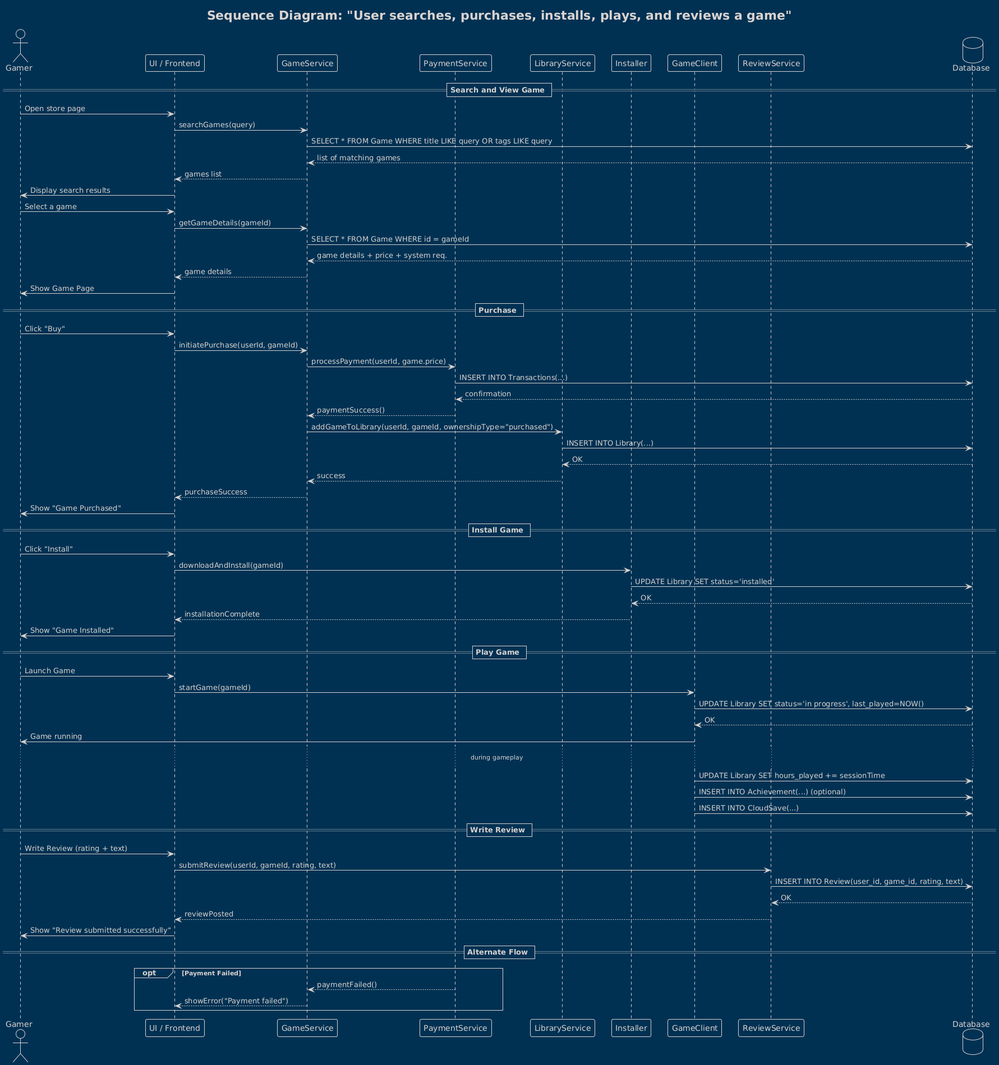
This is Lab3/PlantUML/Sequence Diagram.png from inryceu/2-course-KPI-labs, a PlantUML export, as it was before one commit.
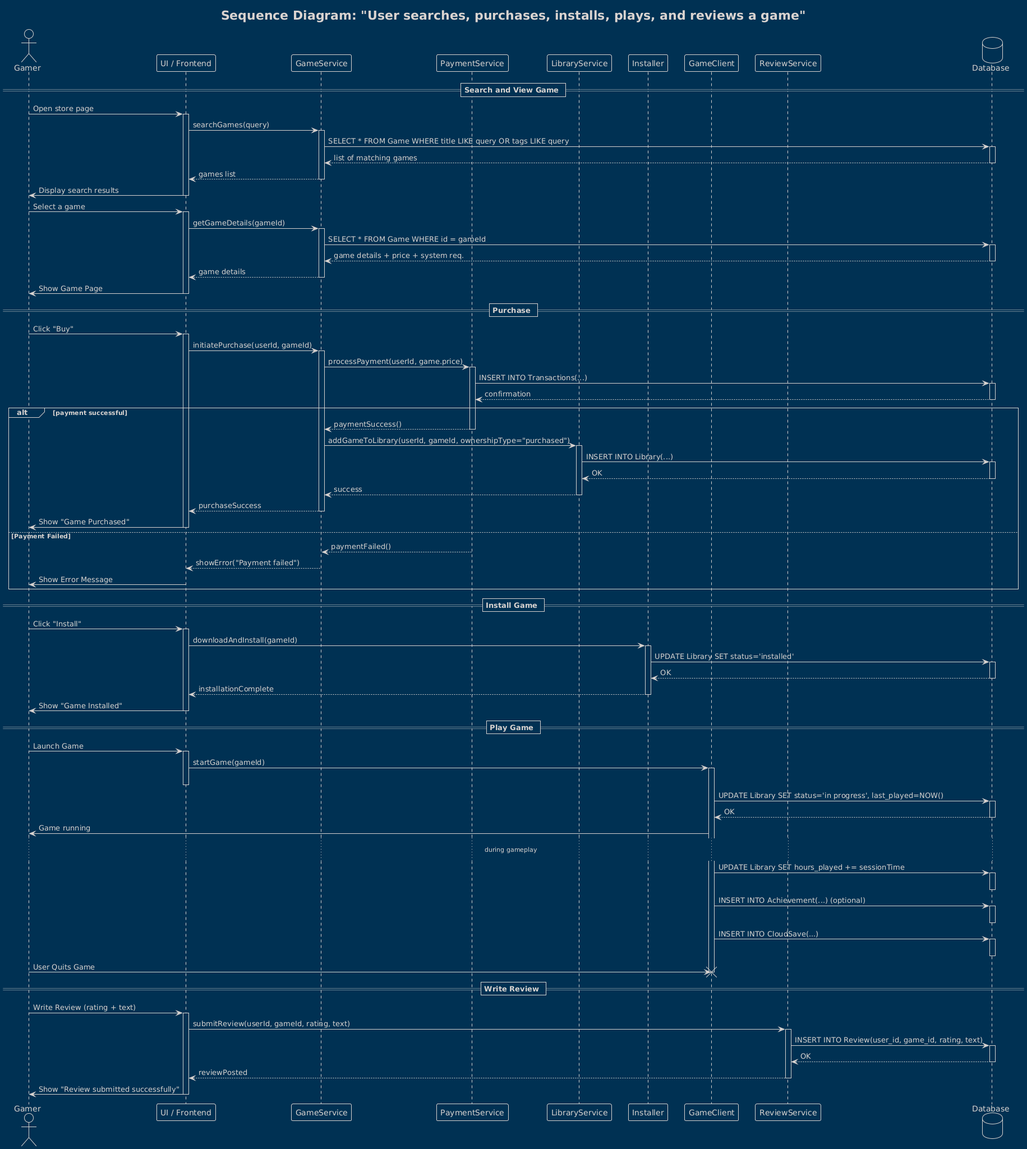
Later version of the same file.

Commit message:
updated activity bars

Diff of the diagram source:
```diff
@@ -14,63 +14,120 @@
 
 == Search and View Game ==
 User -> UI : Open store page
+activate UI
 UI -> GameService : searchGames(query)
+activate GameService
 GameService -> DB : SELECT * FROM Game WHERE title LIKE query OR tags LIKE query
+activate DB
 DB --> GameService : list of matching games
+deactivate DB
 GameService --> UI : games list
+deactivate GameService
 UI -> User : Display search results
+deactivate UI
 
 User -> UI : Select a game
+activate UI
 UI -> GameService : getGameDetails(gameId)
+activate GameService
 GameService -> DB : SELECT * FROM Game WHERE id = gameId
+activate DB
 DB --> GameService : game details + price + system req.
+deactivate DB
 GameService --> UI : game details
+deactivate GameService
 UI -> User : Show Game Page
+deactivate UI
 
 == Purchase ==
 User -> UI : Click "Buy"
+activate UI
 UI -> GameService : initiatePurchase(userId, gameId)
+activate GameService
 GameService -> PaymentService : processPayment(userId, game.price)
+activate PaymentService
 PaymentService -> DB : INSERT INTO Transactions(...)
+activate DB
 DB --> PaymentService : confirmation
-PaymentService --> GameService : paymentSuccess()
-GameService -> LibraryService : addGameToLibrary(userId, gameId, ownershipType="purchased")
-LibraryService -> DB : INSERT INTO Library(...)
-DB --> LibraryService : OK
-LibraryService --> GameService : success
-GameService --> UI : purchaseSuccess
-UI -> User : Show "Game Purchased"
+deactivate DB
+
+alt payment successful
+    PaymentService --> GameService : paymentSuccess()
+    deactivate PaymentService
+    GameService -> LibraryService : addGameToLibrary(userId, gameId, ownershipType="purchased")
+    activate LibraryService
+    LibraryService -> DB : INSERT INTO Library(...)
+    activate DB
+    DB --> LibraryService : OK
+    deactivate DB
+    LibraryService --> GameService : success
+    deactivate LibraryService
+    GameService --> UI : purchaseSuccess
+    deactivate GameService
+    UI -> User : Show "Game Purchased"
+    deactivate UI
+else Payment Failed
+    PaymentService --> GameService : paymentFailed()
+    deactivate PaymentService
+    GameService --> UI : showError("Payment failed")
+    deactivate GameService
+    UI -> User : Show Error Message
+    deactivate UI
+end
+
 
 == Install Game ==
 User -> UI : Click "Install"
+activate UI
 UI -> Installer : downloadAndInstall(gameId)
+activate Installer
 Installer -> DB : UPDATE Library SET status='installed'
+activate DB
 DB --> Installer : OK
+deactivate DB
 Installer --> UI : installationComplete
+deactivate Installer
 UI -> User : Show "Game Installed"
+deactivate UI
 
 == Play Game ==
 User -> UI : Launch Game
+activate UI
 UI -> GameClient : startGame(gameId)
+activate GameClient
+deactivate UI
+
 GameClient -> DB : UPDATE Library SET status='in progress', last_played=NOW()
+activate DB
 DB --> GameClient : OK
+deactivate DB
+
 GameClient -> User : Game running
 ...during gameplay...
 GameClient -> DB : UPDATE Library SET hours_played += sessionTime
+activate DB
+deactivate DB
 GameClient -> DB : INSERT INTO Achievement(...) (optional)
+activate DB
+deactivate DB
 GameClient -> DB : INSERT INTO CloudSave(...)
+activate DB
+deactivate DB
+
+User -> GameClient : User Quits Game
+destroy GameClient
 
 == Write Review ==
 User -> UI : Write Review (rating + text)
+activate UI
 UI -> ReviewService : submitReview(userId, gameId, rating, text)
+activate ReviewService
 ReviewService -> DB : INSERT INTO Review(user_id, game_id, rating, text)
+activate DB
 DB --> ReviewService : OK
+deactivate DB
 ReviewService --> UI : reviewPosted
+deactivate ReviewService
 UI -> User : Show "Review submitted successfully"
-
-== Alternate Flow ==
-opt Payment Failed
-  PaymentService --> GameService : paymentFailed()
-  GameService --> UI : showError("Payment failed")
-end
+deactivate UI
 @enduml
```
